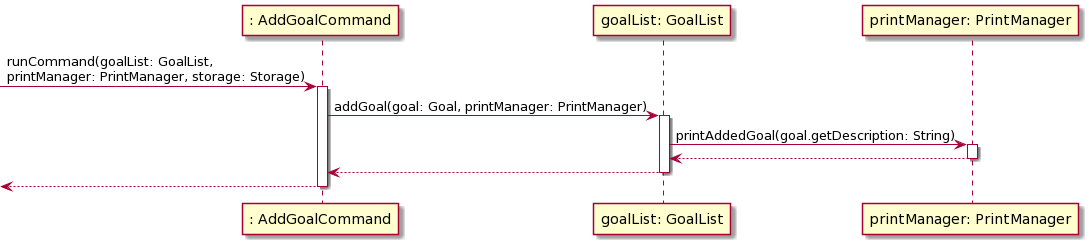
The PlantUML diagram docs/Diagram_Images/Implementation_Diagram_Images/AddGoalCommandSequenceDiagram.png in nus-cs2113-AY2122S1/tp, before a commit. The source it was exported from:
```plantuml
@startuml
-> ": AddGoalCommand": runCommand(goalList: GoalList, \nprintManager: PrintManager, storage: Storage)
activate ": AddGoalCommand"

": AddGoalCommand" -> "goalList: GoalList": addGoal(goal: Goal, printManager: PrintManager)
activate "goalList: GoalList"

"goalList: GoalList" -> "printManager: PrintManager" : printAddedGoal(goal.getDescription: String)
activate "printManager: PrintManager"
"goalList: GoalList" <-- "printManager: PrintManager"
deactivate "printManager: PrintManager"

": AddGoalCommand" <-- "goalList: GoalList"
deactivate "goalList: GoalList"
<-- ": AddGoalCommand"
deactivate ": AddGoalCommand"
@enduml
```
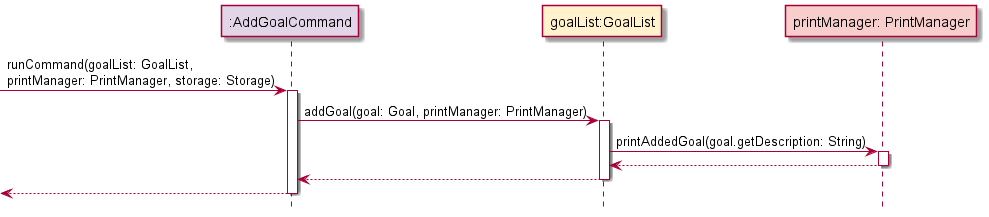
The same file after the commit.

The edit, as a diff of the source:
```diff
@@ -1,17 +1,25 @@
 @startuml
--> ": AddGoalCommand": runCommand(goalList: GoalList, \nprintManager: PrintManager, storage: Storage)
-activate ": AddGoalCommand"
+!include Style.puml
 
-": AddGoalCommand" -> "goalList: GoalList": addGoal(goal: Goal, printManager: PrintManager)
-activate "goalList: GoalList"
+participant ":AddGoalCommand" as AddGoalCommand COMMAND_COLOUR
+participant "goalList:GoalList" as goalList GOAL_COLOUR
+participant "printManager: PrintManager" as printManager UI_COLOUR
 
-"goalList: GoalList" -> "printManager: PrintManager" : printAddedGoal(goal.getDescription: String)
-activate "printManager: PrintManager"
-"goalList: GoalList" <-- "printManager: PrintManager"
-deactivate "printManager: PrintManager"
+-> AddGoalCommand: runCommand(goalList: GoalList, \nprintManager: PrintManager, storage: Storage)
+activate AddGoalCommand
 
-": AddGoalCommand" <-- "goalList: GoalList"
-deactivate "goalList: GoalList"
-<-- ": AddGoalCommand"
-deactivate ": AddGoalCommand"
+AddGoalCommand -> goalList: addGoal(goal: Goal, printManager: PrintManager)
+activate goalList
+
+goalList -> printManager : printAddedGoal(goal.getDescription: String)
+activate printManager
+
+goalList <-- printManager
+deactivate printManager
+
+AddGoalCommand <-- goalList
+deactivate goalList
+
+<-- AddGoalCommand
+deactivate AddGoalCommand
 @enduml
```
